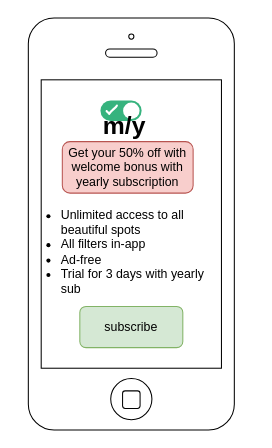
Earlier version of the draw.io diagram Untitled Diagram.drawio (e-V01/e-V01). Source tidied: cells renumbered, new cells numbered last; positions are measured from the earlier drawing's top-left corner, leaving out a move shared by most shapes. Both pictures are drawn from the tidied source at 103%, with x=0, y=0 at pixel (18, 18).
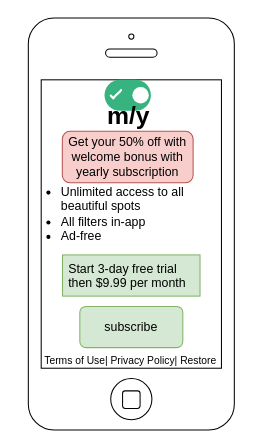
Above is the later version.

Commit message:
Sales screen 2

Diff of the diagram source:
```diff
@@
 <mxGraphModel>
   <root>
     <mxCell id="0" />
     <mxCell id="1" parent="0" />
     <mxCell id="2" style="html=1;verticalLabelPosition=bottom;labelBackgroundColor=#ffffff;verticalAlign=top;shadow=0;dashed=0;strokeWidth=1;shape=mxgraph.ios7.misc.iphone;" parent="1" vertex="1">
       <mxGeometry x="10" width="200" height="400" as="geometry" />
     </mxCell>
     <mxCell id="3" value="subscribe" style="rounded=1;whiteSpace=wrap;html=1;fillColor=#d5e8d4;strokeColor=#82b366;" parent="1" vertex="1">
       <mxGeometry x="60" y="280" width="100" height="40" as="geometry" />
     </mxCell>
     <mxCell id="4" style="fillColor=#36B37E;strokeColor=none;rounded=1;arcSize=50;sketch=0;hachureGap=4;fontFamily=Architects Daughter;fontSize=20;" parent="1" vertex="1">
-      <mxGeometry x="80" y="80" width="40" height="20" as="geometry" />
+      <mxGeometry x="84" y="60" width="45" height="30" as="geometry" />
     </mxCell>
     <mxCell id="5" style="shape=ellipse;strokeColor=none;fillColor=#ffffff;sketch=0;hachureGap=4;fontFamily=Architects Daughter;fontSize=20;" parent="4" vertex="1">
       <mxGeometry x="1" y="0.5" width="16" height="16" relative="1" as="geometry">
         <mxPoint x="-18" y="-8" as="offset" />
       </mxGeometry>
     </mxCell>
     <mxCell id="6" style="html=1;shadow=0;dashed=0;shape=mxgraph.atlassian.check;strokeColor=#ffffff;strokeWidth=2;sketch=1;hachureGap=4;fontFamily=Architects Daughter;fontSize=20;" parent="4" vertex="1">
       <mxGeometry y="0.5" width="10" height="8" relative="1" as="geometry">
         <mxPoint x="6" y="-5" as="offset" />
       </mxGeometry>
     </mxCell>
-    <mxCell id="7" value="m/y" style="text;strokeColor=none;fillColor=none;html=1;fontSize=24;fontStyle=1;verticalAlign=middle;align=center;" parent="1" vertex="1">
-      <mxGeometry x="80" y="100" width="45" height="10" as="geometry" />
-    </mxCell>
-    <mxCell id="8" value="&lt;ul&gt;&lt;li&gt;&lt;span&gt;Unlimited access to all beautiful spots&lt;/span&gt;&lt;/li&gt;&lt;li&gt;All filters in-app&lt;/li&gt;&lt;li&gt;Ad-free&amp;nbsp;&lt;/li&gt;&lt;li&gt;Trial for 3 days with yearly sub&lt;/li&gt;&lt;/ul&gt;" style="text;strokeColor=none;fillColor=none;html=1;whiteSpace=wrap;verticalAlign=middle;overflow=hidden;" parent="1" vertex="1">
-      <mxGeometry y="170" width="200" height="100" as="geometry" />
+    <mxCell id="8" value="&lt;ul&gt;&lt;li&gt;&lt;span&gt;Unlimited access to all beautiful spots&lt;/span&gt;&lt;/li&gt;&lt;li&gt;All filters in-app&lt;/li&gt;&lt;li&gt;Ad-free&amp;nbsp;&lt;/li&gt;&lt;/ul&gt;" style="text;strokeColor=none;fillColor=none;html=1;whiteSpace=wrap;verticalAlign=middle;overflow=hidden;" parent="1" vertex="1">
+      <mxGeometry y="140" width="200" height="100" as="geometry" />
     </mxCell>
     <mxCell id="9" value="Get your 50% off with welcome bonus with yearly subscription" style="rounded=1;whiteSpace=wrap;html=1;fillColor=#f8cecc;strokeColor=#b85450;" parent="1" vertex="1">
-      <mxGeometry x="43" y="120" width="127" height="50" as="geometry" />
+      <mxGeometry x="43" y="110" width="127" height="50" as="geometry" />
     </mxCell>
+    <mxCell id="10" value="Terms of Use| Privacy Policy| Restore" style="text;strokeColor=none;fillColor=none;spacingLeft=4;spacingRight=4;overflow=hidden;fontSize=10;" parent="1" vertex="1">
+      <mxGeometry x="20" y="320" width="210" height="30" as="geometry" />
+    </mxCell>
+    <mxCell id="7" value="m/y" style="text;strokeColor=none;fillColor=none;html=1;fontSize=24;fontStyle=1;verticalAlign=middle;align=center;" parent="1" vertex="1">
+      <mxGeometry x="84" y="90" width="45" height="10" as="geometry" />
+    </mxCell>
+    <mxCell id="11" value="Start 3-day free trial&#10;then $9.99 per month" style="text;strokeColor=#82b366;fillColor=#d5e8d4;spacingLeft=4;spacingRight=4;overflow=hidden;fontSize=12;" parent="1" vertex="1">
+      <mxGeometry x="43.2" y="230" width="133.5" height="40" as="geometry" />
+    </mxCell>
   </root>
 </mxGraphModel>
```
